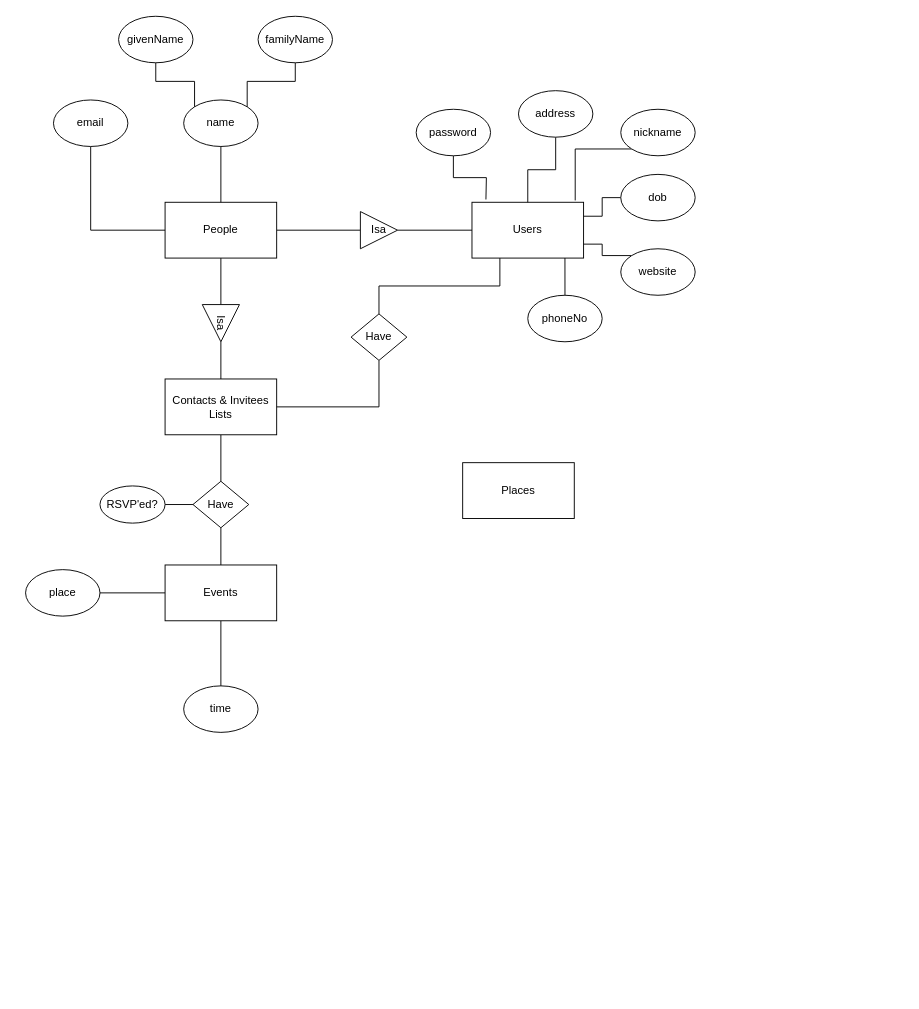
Before: Week3assignment1.drawio in drewmillerwilson/demo-repo, a draw.io diagram. Source tidied: cells renumbered, new cells numbered last; positions are measured from the earlier drawing's top-left corner, leaving out a move shared by most shapes. Both pictures are drawn from the tidied source at 93%, with x=0, y=0 at pixel (25, 16).
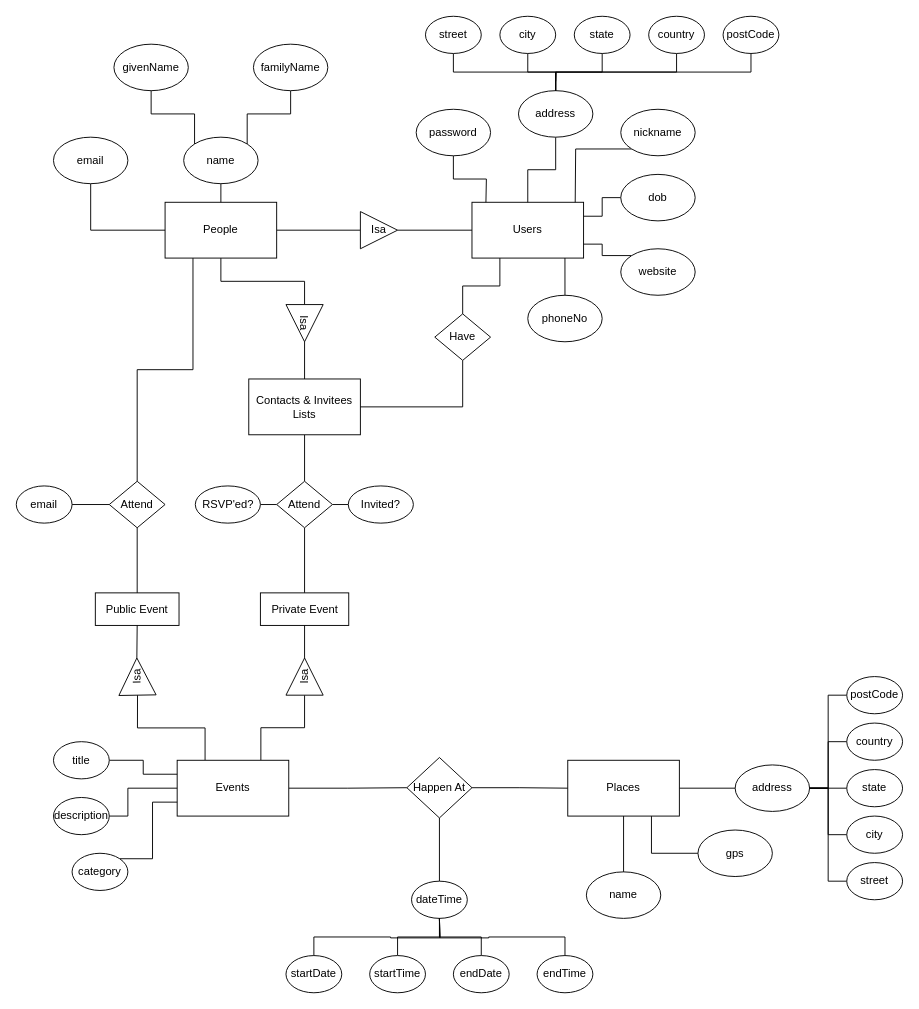
The same page after the edit.

The change refers to these unchanged cells:
```xml
<mxCell id="4" value="People" style="rounded=0;whiteSpace=wrap;html=1;" parent="1" vertex="1">
  <mxGeometry x="150" y="200" width="120" height="60" as="geometry" />
</mxCell>
<mxCell id="6" value="Users" style="rounded=0;whiteSpace=wrap;html=1;" parent="1" vertex="1">
  <mxGeometry x="480" y="200" width="120" height="60" as="geometry" />
</mxCell>
<mxCell id="34" value="password" style="ellipse;whiteSpace=wrap;html=1;" parent="1" vertex="1">
  <mxGeometry x="420" y="100" width="80" height="50" as="geometry" />
</mxCell>
<mxCell id="36" value="address" style="ellipse;whiteSpace=wrap;html=1;" parent="1" vertex="1">
  <mxGeometry x="530" y="80" width="80" height="50" as="geometry" />
</mxCell>
<mxCell id="38" value="nickname" style="ellipse;whiteSpace=wrap;html=1;" parent="1" vertex="1">
  <mxGeometry x="640" y="100" width="80" height="50" as="geometry" />
</mxCell>
```

What changed in the source:
```diff
@@
+    <mxCell id="45" style="edgeStyle=orthogonalEdgeStyle;rounded=0;jettySize=auto;html=1;exitX=0.25;exitY=1;exitDx=0;exitDy=0;entryX=0.5;entryY=0;entryDx=0;entryDy=0;endArrow=none;endFill=0;" parent="1" edge="1" source="4" target="87">
+      <mxGeometry relative="1" as="geometry" />
+    </mxCell>
@@
-    <mxCell id="7" style="edgeStyle=orthogonalEdgeStyle;rounded=0;jettySize=auto;html=1;exitX=0;exitY=0.5;exitDx=0;exitDy=0;endArrow=none;endFill=0;" parent="1" edge="1" source="9" target="31">
-      <mxGeometry relative="1" as="geometry" />
-    </mxCell>
-    <mxCell id="8" style="edgeStyle=orthogonalEdgeStyle;rounded=0;jettySize=auto;html=1;exitX=0.5;exitY=1;exitDx=0;exitDy=0;entryX=0.5;entryY=0;entryDx=0;entryDy=0;endArrow=none;endFill=0;" parent="1" edge="1" source="9" target="32">
-      <mxGeometry relative="1" as="geometry" />
-    </mxCell>
+    <mxCell id="46" style="edgeStyle=orthogonalEdgeStyle;rounded=0;jettySize=auto;html=1;exitX=1;exitY=0.5;exitDx=0;exitDy=0;entryX=0;entryY=0.5;entryDx=0;entryDy=0;endArrow=none;endFill=0;" parent="1" edge="1" source="9" target="78">
+      <mxGeometry relative="1" as="geometry" />
+    </mxCell>
+    <mxCell id="47" style="edgeStyle=orthogonalEdgeStyle;rounded=0;jettySize=auto;html=1;exitX=0.25;exitY=0;exitDx=0;exitDy=0;entryX=0;entryY=0.5;entryDx=0;entryDy=0;endArrow=none;endFill=0;" parent="1" edge="1" source="9" target="82">
+      <mxGeometry relative="1" as="geometry" />
+    </mxCell>
+    <mxCell id="48" style="edgeStyle=orthogonalEdgeStyle;rounded=0;jettySize=auto;html=1;exitX=0.75;exitY=0;exitDx=0;exitDy=0;entryX=0;entryY=0.5;entryDx=0;entryDy=0;endArrow=none;endFill=0;" parent="1" edge="1" source="9" target="84">
+      <mxGeometry relative="1" as="geometry" />
+    </mxCell>
     <mxCell id="9" value="Events" style="rounded=0;whiteSpace=wrap;html=1;" parent="1" vertex="1">
-      <mxGeometry x="150" y="590" width="120" height="60" as="geometry" />
+      <mxGeometry x="163" y="800" width="120" height="60" as="geometry" />
     </mxCell>
+    <mxCell id="49" style="edgeStyle=orthogonalEdgeStyle;rounded=0;jettySize=auto;html=1;exitX=1;exitY=0.5;exitDx=0;exitDy=0;entryX=0;entryY=0.5;entryDx=0;entryDy=0;endArrow=none;endFill=0;" parent="1" edge="1" source="10" target="56">
+      <mxGeometry relative="1" as="geometry" />
+    </mxCell>
+    <mxCell id="50" style="edgeStyle=orthogonalEdgeStyle;rounded=0;jettySize=auto;html=1;exitX=0.75;exitY=1;exitDx=0;exitDy=0;entryX=0;entryY=0.5;entryDx=0;entryDy=0;endArrow=none;endFill=0;" parent="1" edge="1" source="10" target="76">
+      <mxGeometry relative="1" as="geometry" />
+    </mxCell>
     <mxCell id="10" value="Places" style="rounded=0;whiteSpace=wrap;html=1;" parent="1" vertex="1">
-      <mxGeometry x="470" y="480" width="120" height="60" as="geometry" />
+      <mxGeometry x="583" y="800" width="120" height="60" as="geometry" />
     </mxCell>
@@
     <mxCell id="12" value="Contacts &amp;amp; Invitees Lists" style="rounded=0;whiteSpace=wrap;html=1;" parent="1" vertex="1">
-      <mxGeometry x="150" y="390" width="120" height="60" as="geometry" />
+      <mxGeometry x="240" y="390" width="120" height="60" as="geometry" />
     </mxCell>
@@
     <mxCell id="16" value="Isa" style="triangle;whiteSpace=wrap;html=1;rotation=90;" parent="1" vertex="1">
-      <mxGeometry x="190" y="310" width="40" height="40" as="geometry" />
+      <mxGeometry x="280" y="310" width="40" height="40" as="geometry" />
     </mxCell>
-    <mxCell id="17" style="edgeStyle=orthogonalEdgeStyle;rounded=0;jettySize=auto;html=1;exitX=0.5;exitY=1;exitDx=0;exitDy=0;entryX=0.5;entryY=0;entryDx=0;entryDy=0;endArrow=none;endFill=0;" parent="1" edge="1" source="19" target="9">
-      <mxGeometry relative="1" as="geometry" />
-    </mxCell>
@@
+    <mxCell id="51" style="edgeStyle=orthogonalEdgeStyle;rounded=0;jettySize=auto;html=1;exitX=0.5;exitY=1;exitDx=0;exitDy=0;entryX=0.5;entryY=0;entryDx=0;entryDy=0;endArrow=none;endFill=0;" parent="1" edge="1" source="19" target="80">
+      <mxGeometry relative="1" as="geometry" />
+    </mxCell>
+    <mxCell id="52" style="edgeStyle=orthogonalEdgeStyle;rounded=0;jettySize=auto;html=1;exitX=1;exitY=0.5;exitDx=0;exitDy=0;entryX=0;entryY=0.5;entryDx=0;entryDy=0;endArrow=none;endFill=0;" parent="1" edge="1" source="19" target="89">
+      <mxGeometry relative="1" as="geometry" />
+    </mxCell>
-    <mxCell id="19" value="Have" style="rhombus;whiteSpace=wrap;html=1;" parent="1" vertex="1">
-      <mxGeometry x="180" y="500" width="60" height="50" as="geometry" />
+    <mxCell id="19" value="Attend" style="rhombus;whiteSpace=wrap;html=1;" parent="1" vertex="1">
+      <mxGeometry x="270" y="500" width="60" height="50" as="geometry" />
     </mxCell>
     <mxCell id="20" value="RSVP'ed?" style="ellipse;whiteSpace=wrap;html=1;" parent="1" vertex="1">
-      <mxGeometry x="80" y="505" width="70" height="40" as="geometry" />
+      <mxGeometry x="182.5" y="505" width="70" height="40" as="geometry" />
     </mxCell>
@@
     <mxCell id="22" value="Have" style="rhombus;whiteSpace=wrap;html=1;" parent="1" vertex="1">
-      <mxGeometry x="350" y="320" width="60" height="50" as="geometry" />
+      <mxGeometry x="440" y="320" width="60" height="50" as="geometry" />
     </mxCell>
@@
     <mxCell id="24" value="email" style="ellipse;whiteSpace=wrap;html=1;" parent="1" vertex="1">
-      <mxGeometry x="30" y="90" width="80" height="50" as="geometry" />
+      <mxGeometry x="30" y="130" width="80" height="50" as="geometry" />
     </mxCell>
@@
     <mxCell id="26" value="name" style="ellipse;whiteSpace=wrap;html=1;" parent="1" vertex="1">
-      <mxGeometry x="170" y="90" width="80" height="50" as="geometry" />
+      <mxGeometry x="170" y="130" width="80" height="50" as="geometry" />
     </mxCell>
@@
     <mxCell id="28" value="givenName" style="ellipse;whiteSpace=wrap;html=1;" parent="1" vertex="1">
-      <mxGeometry x="100" width="80" height="50" as="geometry" />
+      <mxGeometry x="95" y="30" width="80" height="50" as="geometry" />
     </mxCell>
@@
     <mxCell id="30" value="familyName" style="ellipse;whiteSpace=wrap;html=1;" parent="1" vertex="1">
-      <mxGeometry x="250" width="80" height="50" as="geometry" />
+      <mxGeometry x="245" y="30" width="80" height="50" as="geometry" />
     </mxCell>
-    <mxCell id="31" value="place" style="ellipse;whiteSpace=wrap;html=1;" parent="1" vertex="1">
-      <mxGeometry y="595" width="80" height="50" as="geometry" />
-    </mxCell>
-    <mxCell id="32" value="time" style="ellipse;whiteSpace=wrap;html=1;" parent="1" vertex="1">
-      <mxGeometry x="170" y="720" width="80" height="50" as="geometry" />
-    </mxCell>
     <mxCell id="33" style="edgeStyle=orthogonalEdgeStyle;rounded=0;jettySize=auto;html=1;exitX=0.5;exitY=1;exitDx=0;exitDy=0;endArrow=none;endFill=0;" parent="1" edge="1" source="34">
       <mxGeometry relative="1" as="geometry">
-        <mxPoint x="495" y="197" as="targetPoint" />
+        <mxPoint x="495" y="200" as="targetPoint" />
       </mxGeometry>
     </mxCell>
@@
-    <mxCell id="37" style="edgeStyle=orthogonalEdgeStyle;rounded=0;jettySize=auto;html=1;exitX=0;exitY=1;exitDx=0;exitDy=0;entryX=0.925;entryY=-0.033;entryDx=0;entryDy=0;entryPerimeter=0;endArrow=none;endFill=0;" parent="1" edge="1" source="38" target="6">
-      <mxGeometry relative="1" as="geometry" />
+    <mxCell id="37" style="edgeStyle=orthogonalEdgeStyle;rounded=0;jettySize=auto;html=1;exitX=0;exitY=1;exitDx=0;exitDy=0;endArrow=none;endFill=0;" parent="1" edge="1" source="38">
+      <mxGeometry relative="1" as="geometry">
+        <mxPoint x="591" y="200" as="targetPoint" />
+      </mxGeometry>
     </mxCell>
@@
+    <mxCell id="53" style="edgeStyle=orthogonalEdgeStyle;rounded=0;jettySize=auto;html=1;exitX=0.5;exitY=0;exitDx=0;exitDy=0;entryX=0.5;entryY=1;entryDx=0;entryDy=0;endArrow=none;endFill=0;" parent="1" edge="1" source="54" target="10">
+      <mxGeometry relative="1" as="geometry" />
+    </mxCell>
+    <mxCell id="54" value="name" style="ellipse;whiteSpace=wrap;html=1;" parent="1" vertex="1">
+      <mxGeometry x="603" y="920" width="80" height="50" as="geometry" />
+    </mxCell>
+    <mxCell id="55" style="edgeStyle=orthogonalEdgeStyle;rounded=0;jettySize=auto;html=1;exitX=1;exitY=0.5;exitDx=0;exitDy=0;entryX=0;entryY=0.5;entryDx=0;entryDy=0;endArrow=none;endFill=0;" parent="1" edge="1" source="56" target="61">
+      <mxGeometry relative="1" as="geometry" />
+    </mxCell>
+    <mxCell id="56" value="address" style="ellipse;whiteSpace=wrap;html=1;" parent="1" vertex="1">
+      <mxGeometry x="763" y="805" width="80" height="50" as="geometry" />
+    </mxCell>
+    <mxCell id="57" style="edgeStyle=orthogonalEdgeStyle;rounded=0;jettySize=auto;html=1;exitX=0;exitY=0.5;exitDx=0;exitDy=0;entryX=1;entryY=0.5;entryDx=0;entryDy=0;endArrow=none;endFill=0;" parent="1" edge="1" source="58" target="56">
+      <mxGeometry relative="1" as="geometry" />
+    </mxCell>
+    <mxCell id="58" value="street" style="ellipse;whiteSpace=wrap;html=1;" parent="1" vertex="1">
+      <mxGeometry x="883" y="910" width="60" height="40" as="geometry" />
+    </mxCell>
+    <mxCell id="59" style="edgeStyle=orthogonalEdgeStyle;rounded=0;jettySize=auto;html=1;exitX=0;exitY=0.5;exitDx=0;exitDy=0;entryX=1;entryY=0.5;entryDx=0;entryDy=0;endArrow=none;endFill=0;" parent="1" edge="1" source="60" target="56">
+      <mxGeometry relative="1" as="geometry" />
+    </mxCell>
+    <mxCell id="60" value="city" style="ellipse;whiteSpace=wrap;html=1;" parent="1" vertex="1">
+      <mxGeometry x="883" y="860" width="60" height="40" as="geometry" />
+    </mxCell>
+    <mxCell id="61" value="state" style="ellipse;whiteSpace=wrap;html=1;" parent="1" vertex="1">
+      <mxGeometry x="883" y="810" width="60" height="40" as="geometry" />
+    </mxCell>
+    <mxCell id="62" style="edgeStyle=orthogonalEdgeStyle;rounded=0;jettySize=auto;html=1;exitX=0;exitY=0.5;exitDx=0;exitDy=0;entryX=1;entryY=0.5;entryDx=0;entryDy=0;endArrow=none;endFill=0;" parent="1" edge="1" source="63" target="56">
+      <mxGeometry relative="1" as="geometry" />
+    </mxCell>
+    <mxCell id="63" value="country" style="ellipse;whiteSpace=wrap;html=1;" parent="1" vertex="1">
+      <mxGeometry x="883" y="760" width="60" height="40" as="geometry" />
+    </mxCell>
+    <mxCell id="64" style="edgeStyle=orthogonalEdgeStyle;rounded=0;jettySize=auto;html=1;exitX=0;exitY=0.5;exitDx=0;exitDy=0;entryX=1;entryY=0.5;entryDx=0;entryDy=0;endArrow=none;endFill=0;" parent="1" edge="1" source="65" target="56">
+      <mxGeometry relative="1" as="geometry" />
+    </mxCell>
+    <mxCell id="65" value="postCode" style="ellipse;whiteSpace=wrap;html=1;" parent="1" vertex="1">
+      <mxGeometry x="883" y="710" width="60" height="40" as="geometry" />
+    </mxCell>
+    <mxCell id="66" style="edgeStyle=orthogonalEdgeStyle;rounded=0;jettySize=auto;html=1;exitX=0.5;exitY=1;exitDx=0;exitDy=0;endArrow=none;endFill=0;" parent="1" edge="1" source="67" target="36">
+      <mxGeometry relative="1" as="geometry" />
+    </mxCell>
+    <mxCell id="67" value="street" style="ellipse;whiteSpace=wrap;html=1;" parent="1" vertex="1">
+      <mxGeometry x="430" width="60" height="40" as="geometry" />
+    </mxCell>
+    <mxCell id="68" style="edgeStyle=orthogonalEdgeStyle;rounded=0;jettySize=auto;html=1;exitX=0.5;exitY=1;exitDx=0;exitDy=0;endArrow=none;endFill=0;" parent="1" edge="1" source="69">
+      <mxGeometry relative="1" as="geometry">
+        <mxPoint x="570" y="70" as="targetPoint" />
+      </mxGeometry>
+    </mxCell>
+    <mxCell id="69" value="city" style="ellipse;whiteSpace=wrap;html=1;" parent="1" vertex="1">
+      <mxGeometry x="510" width="60" height="40" as="geometry" />
+    </mxCell>
+    <mxCell id="70" style="edgeStyle=orthogonalEdgeStyle;rounded=0;jettySize=auto;html=1;exitX=0.5;exitY=1;exitDx=0;exitDy=0;entryX=0.5;entryY=0;entryDx=0;entryDy=0;endArrow=none;endFill=0;" parent="1" edge="1" source="71" target="36">
+      <mxGeometry relative="1" as="geometry" />
+    </mxCell>
+    <mxCell id="71" value="state" style="ellipse;whiteSpace=wrap;html=1;" parent="1" vertex="1">
+      <mxGeometry x="590" width="60" height="40" as="geometry" />
+    </mxCell>
+    <mxCell id="72" style="edgeStyle=orthogonalEdgeStyle;rounded=0;jettySize=auto;html=1;exitX=0.5;exitY=1;exitDx=0;exitDy=0;entryX=0.5;entryY=0;entryDx=0;entryDy=0;endArrow=none;endFill=0;" parent="1" edge="1" source="73" target="36">
+      <mxGeometry relative="1" as="geometry" />
+    </mxCell>
+    <mxCell id="73" value="country" style="ellipse;whiteSpace=wrap;html=1;" parent="1" vertex="1">
+      <mxGeometry x="670" width="60" height="40" as="geometry" />
+    </mxCell>
+    <mxCell id="74" style="edgeStyle=orthogonalEdgeStyle;rounded=0;jettySize=auto;html=1;exitX=0.5;exitY=1;exitDx=0;exitDy=0;entryX=0.5;entryY=0;entryDx=0;entryDy=0;endArrow=none;endFill=0;" parent="1" edge="1" source="75" target="36">
+      <mxGeometry relative="1" as="geometry" />
+    </mxCell>
+    <mxCell id="75" value="postCode" style="ellipse;whiteSpace=wrap;html=1;" parent="1" vertex="1">
+      <mxGeometry x="750" width="60" height="40" as="geometry" />
+    </mxCell>
+    <mxCell id="76" value="gps" style="ellipse;whiteSpace=wrap;html=1;" parent="1" vertex="1">
+      <mxGeometry x="723" y="875" width="80" height="50" as="geometry" />
+    </mxCell>
+    <mxCell id="77" style="edgeStyle=orthogonalEdgeStyle;rounded=0;jettySize=auto;html=1;exitX=1;exitY=0.5;exitDx=0;exitDy=0;entryX=0;entryY=0.5;entryDx=0;entryDy=0;endArrow=none;endFill=0;" parent="1" edge="1" source="78" target="10">
+      <mxGeometry relative="1" as="geometry" />
+    </mxCell>
+    <mxCell id="78" value="Happen At" style="rhombus;whiteSpace=wrap;html=1;" parent="1" vertex="1">
+      <mxGeometry x="410" y="797" width="70" height="65" as="geometry" />
+    </mxCell>
+    <mxCell id="79" value="Public Event" style="rounded=0;whiteSpace=wrap;html=1;" parent="1" vertex="1">
+      <mxGeometry x="75" y="620" width="90" height="35" as="geometry" />
+    </mxCell>
+    <mxCell id="80" value="Private Event" style="rounded=0;whiteSpace=wrap;html=1;" parent="1" vertex="1">
+      <mxGeometry x="252.5" y="620" width="95" height="35" as="geometry" />
+    </mxCell>
+    <mxCell id="81" style="edgeStyle=orthogonalEdgeStyle;rounded=0;jettySize=auto;html=1;exitX=1;exitY=0.5;exitDx=0;exitDy=0;entryX=0.5;entryY=1;entryDx=0;entryDy=0;endArrow=none;endFill=0;" parent="1" edge="1" source="82" target="79">
+      <mxGeometry relative="1" as="geometry" />
+    </mxCell>
+    <mxCell id="82" value="Isa" style="triangle;whiteSpace=wrap;html=1;rotation=-91;" parent="1" vertex="1">
+      <mxGeometry x="100" y="690" width="40" height="40" as="geometry" />
+    </mxCell>
+    <mxCell id="83" style="edgeStyle=orthogonalEdgeStyle;rounded=0;jettySize=auto;html=1;exitX=1;exitY=0.5;exitDx=0;exitDy=0;entryX=0.5;entryY=1;entryDx=0;entryDy=0;endArrow=none;endFill=0;" parent="1" edge="1" source="84" target="80">
+      <mxGeometry relative="1" as="geometry" />
+    </mxCell>
+    <mxCell id="84" value="Isa" style="triangle;whiteSpace=wrap;html=1;rotation=-90;" parent="1" vertex="1">
+      <mxGeometry x="280" y="690" width="40" height="40" as="geometry" />
+    </mxCell>
+    <mxCell id="85" style="edgeStyle=orthogonalEdgeStyle;rounded=0;jettySize=auto;html=1;exitX=0.5;exitY=1;exitDx=0;exitDy=0;entryX=0.5;entryY=0;entryDx=0;entryDy=0;endArrow=none;endFill=0;" parent="1" edge="1" source="87" target="79">
+      <mxGeometry relative="1" as="geometry" />
+    </mxCell>
+    <mxCell id="86" style="edgeStyle=orthogonalEdgeStyle;rounded=0;jettySize=auto;html=1;exitX=0;exitY=0.5;exitDx=0;exitDy=0;entryX=1;entryY=0.5;entryDx=0;entryDy=0;endArrow=none;endFill=0;" parent="1" edge="1" source="87" target="88">
+      <mxGeometry relative="1" as="geometry" />
+    </mxCell>
+    <mxCell id="87" value="Attend" style="rhombus;whiteSpace=wrap;html=1;" parent="1" vertex="1">
+      <mxGeometry x="90" y="500" width="60" height="50" as="geometry" />
+    </mxCell>
+    <mxCell id="88" value="email" style="ellipse;whiteSpace=wrap;html=1;" parent="1" vertex="1">
+      <mxGeometry x="-10" y="505" width="60" height="40" as="geometry" />
+    </mxCell>
+    <mxCell id="89" value="Invited?" style="ellipse;whiteSpace=wrap;html=1;" parent="1" vertex="1">
+      <mxGeometry x="347" y="505" width="70" height="40" as="geometry" />
+    </mxCell>
+    <mxCell id="90" style="edgeStyle=orthogonalEdgeStyle;rounded=0;jettySize=auto;html=1;exitX=1;exitY=0.5;exitDx=0;exitDy=0;entryX=0;entryY=0.25;entryDx=0;entryDy=0;endArrow=none;endFill=0;" parent="1" edge="1" source="91" target="9">
+      <mxGeometry relative="1" as="geometry" />
+    </mxCell>
+    <mxCell id="91" value="title" style="ellipse;whiteSpace=wrap;html=1;" parent="1" vertex="1">
+      <mxGeometry x="30" y="780" width="60" height="40" as="geometry" />
+    </mxCell>
+    <mxCell id="92" style="edgeStyle=orthogonalEdgeStyle;rounded=0;jettySize=auto;html=1;exitX=1;exitY=0.5;exitDx=0;exitDy=0;entryX=0;entryY=0.5;entryDx=0;entryDy=0;endArrow=none;endFill=0;" parent="1" edge="1" source="93" target="9">
+      <mxGeometry relative="1" as="geometry">
+        <Array as="points">
+          <mxPoint x="110" y="860" />
+          <mxPoint x="110" y="830" />
+        </Array>
+      </mxGeometry>
+    </mxCell>
+    <mxCell id="93" value="description" style="ellipse;whiteSpace=wrap;html=1;" parent="1" vertex="1">
+      <mxGeometry x="30" y="840" width="60" height="40" as="geometry" />
+    </mxCell>
+    <mxCell id="94" style="edgeStyle=orthogonalEdgeStyle;rounded=0;jettySize=auto;html=1;exitX=1;exitY=0;exitDx=0;exitDy=0;entryX=0;entryY=0.75;entryDx=0;entryDy=0;endArrow=none;endFill=0;" parent="1" edge="1" source="95" target="9">
+      <mxGeometry relative="1" as="geometry" />
+    </mxCell>
+    <mxCell id="95" value="category" style="ellipse;whiteSpace=wrap;html=1;" parent="1" vertex="1">
+      <mxGeometry x="50" y="900" width="60" height="40" as="geometry" />
+    </mxCell>
+    <mxCell id="96" style="edgeStyle=orthogonalEdgeStyle;rounded=0;jettySize=auto;html=1;exitX=0.5;exitY=0;exitDx=0;exitDy=0;entryX=0.5;entryY=1;entryDx=0;entryDy=0;endArrow=none;endFill=0;" parent="1" edge="1" source="97" target="78">
+      <mxGeometry relative="1" as="geometry" />
+    </mxCell>
+    <mxCell id="97" value="dateTime" style="ellipse;whiteSpace=wrap;html=1;" parent="1" vertex="1">
+      <mxGeometry x="415" y="930" width="60" height="40" as="geometry" />
+    </mxCell>
+    <mxCell id="98" style="edgeStyle=orthogonalEdgeStyle;rounded=0;jettySize=auto;html=1;exitX=0.5;exitY=0;exitDx=0;exitDy=0;endArrow=none;endFill=0;" parent="1" edge="1" source="99">
+      <mxGeometry relative="1" as="geometry">
+        <mxPoint x="445" y="970" as="targetPoint" />
+      </mxGeometry>
+    </mxCell>
+    <mxCell id="99" value="startDate" style="ellipse;whiteSpace=wrap;html=1;" parent="1" vertex="1">
+      <mxGeometry x="280" y="1010" width="60" height="40" as="geometry" />
+    </mxCell>
+    <mxCell id="100" style="edgeStyle=orthogonalEdgeStyle;rounded=0;jettySize=auto;html=1;exitX=0.5;exitY=0;exitDx=0;exitDy=0;entryX=0.5;entryY=1;entryDx=0;entryDy=0;endArrow=none;endFill=0;" parent="1" edge="1" source="101" target="97">
+      <mxGeometry relative="1" as="geometry" />
+    </mxCell>
+    <mxCell id="101" value="startTime" style="ellipse;whiteSpace=wrap;html=1;" parent="1" vertex="1">
+      <mxGeometry x="370" y="1010" width="60" height="40" as="geometry" />
+    </mxCell>
+    <mxCell id="102" style="edgeStyle=orthogonalEdgeStyle;rounded=0;jettySize=auto;html=1;exitX=0.5;exitY=0;exitDx=0;exitDy=0;endArrow=none;endFill=0;" parent="1" edge="1" source="103">
+      <mxGeometry relative="1" as="geometry">
+        <mxPoint x="445" y="970" as="targetPoint" />
+      </mxGeometry>
+    </mxCell>
+    <mxCell id="103" value="endDate" style="ellipse;whiteSpace=wrap;html=1;" parent="1" vertex="1">
+      <mxGeometry x="460" y="1010" width="60" height="40" as="geometry" />
+    </mxCell>
+    <mxCell id="104" style="edgeStyle=orthogonalEdgeStyle;rounded=0;jettySize=auto;html=1;exitX=0.5;exitY=0;exitDx=0;exitDy=0;endArrow=none;endFill=0;" parent="1" edge="1" source="105">
+      <mxGeometry relative="1" as="geometry">
+        <mxPoint x="445" y="970" as="targetPoint" />
+      </mxGeometry>
+    </mxCell>
+    <mxCell id="105" value="endTime" style="ellipse;whiteSpace=wrap;html=1;" parent="1" vertex="1">
+      <mxGeometry x="550" y="1010" width="60" height="40" as="geometry" />
+    </mxCell>
```
